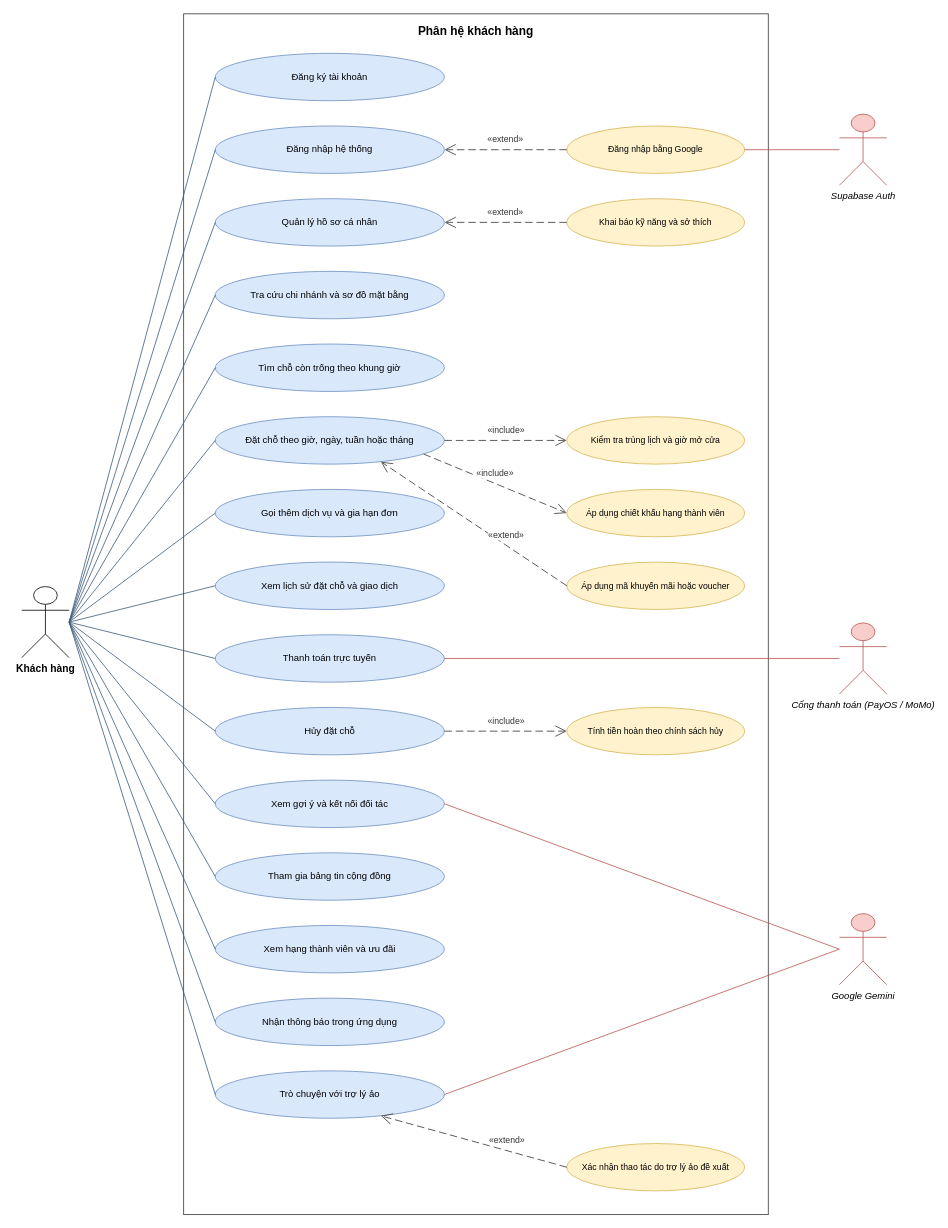
Before: page "Phân hệ khách hàng" (2 of 5) of report/Images/Chuong5/cospace-usecase.drawio in cospace-team/DATN_CoSpace, a draw.io diagram. Source tidied: cells renumbered, new cells numbered last; positions are measured from the earlier drawing's top-left corner, leaving out a move shared by most shapes. Both pictures are drawn from the tidied source at 79%, with x=0, y=0 at pixel (21, 13).
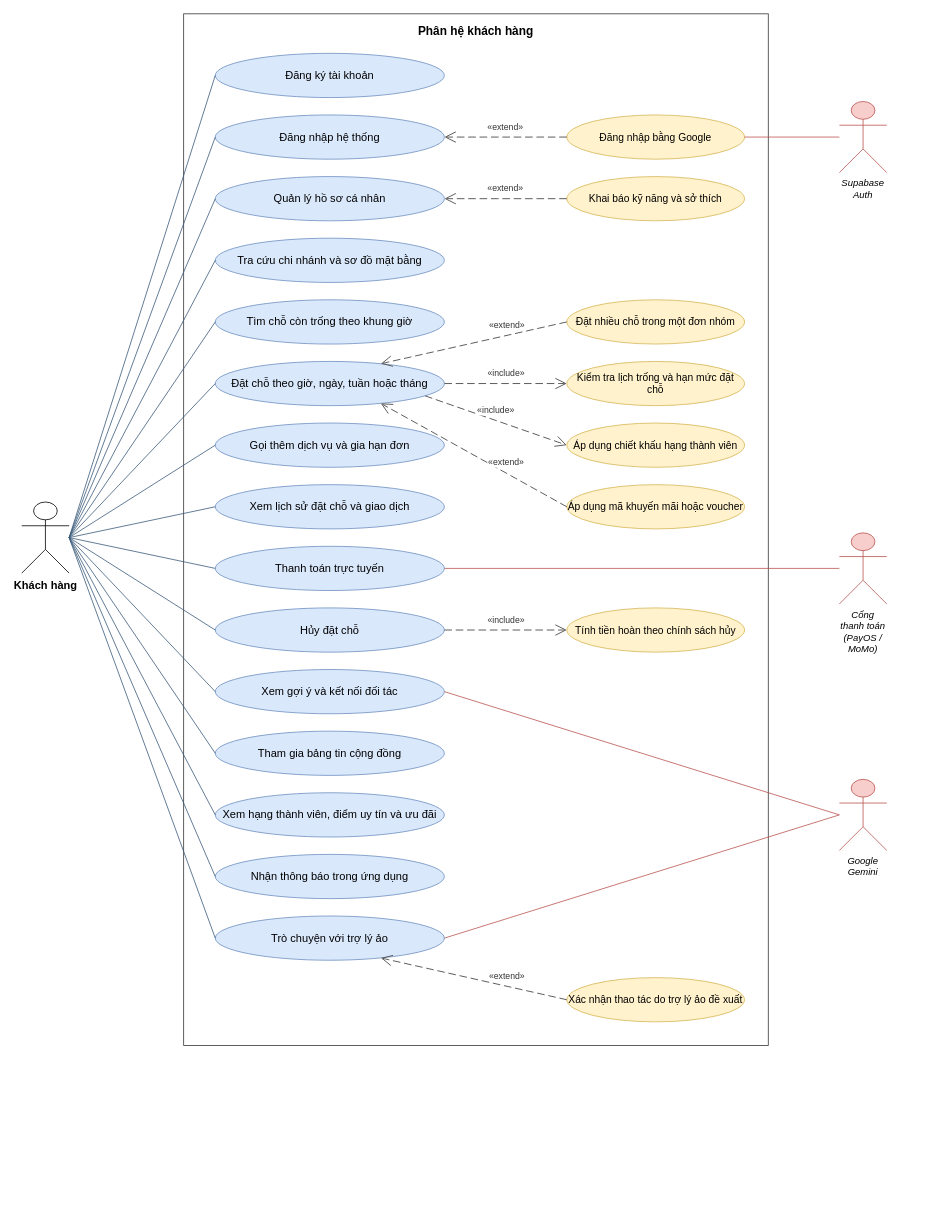
After the change.

The edit, as a diff of the source:
```diff
@@
     <mxCell id="2" value="Phân hệ khách hàng" style="rounded=0;whiteSpace=wrap;html=1;verticalAlign=top;fillColor=none;strokeColor=#333333;fontSize=15;fontStyle=1;spacingTop=6;" parent="1" vertex="1">
-      <mxGeometry x="205" width="740" height="1520" as="geometry" />
+      <mxGeometry x="205" width="740" height="1306" as="geometry" />
     </mxCell>
-    <mxCell id="3" value="Đăng ký tài khoản" style="ellipse;whiteSpace=wrap;html=1;fontSize=12;fillColor=#dae8fc;strokeColor=#6c8ebf;" parent="1" vertex="1">
-      <mxGeometry x="245" y="50" width="290" height="60" as="geometry" />
+    <mxCell id="3" value="Đăng ký tài khoản" style="ellipse;whiteSpace=wrap;html=1;fontSize=14;fillColor=#dae8fc;strokeColor=#6c8ebf;" parent="1" vertex="1">
+      <mxGeometry x="245" y="50" width="290" height="56" as="geometry" />
     </mxCell>
-    <mxCell id="4" value="Đăng nhập hệ thống" style="ellipse;whiteSpace=wrap;html=1;fontSize=12;fillColor=#dae8fc;strokeColor=#6c8ebf;" parent="1" vertex="1">
-      <mxGeometry x="245" y="142" width="290" height="60" as="geometry" />
+    <mxCell id="4" value="Đăng nhập hệ thống" style="ellipse;whiteSpace=wrap;html=1;fontSize=14;fillColor=#dae8fc;strokeColor=#6c8ebf;" parent="1" vertex="1">
+      <mxGeometry x="245" y="128" width="290" height="56" as="geometry" />
     </mxCell>
-    <mxCell id="5" value="Đăng nhập bằng Google" style="ellipse;whiteSpace=wrap;html=1;fontSize=11;fillColor=#fff2cc;strokeColor=#d6b656;" parent="1" vertex="1">
-      <mxGeometry x="690" y="142" width="225" height="60" as="geometry" />
+    <mxCell id="5" value="Đăng nhập bằng Google" style="ellipse;whiteSpace=wrap;html=1;fontSize=13;fillColor=#fff2cc;strokeColor=#d6b656;" parent="1" vertex="1">
+      <mxGeometry x="690" y="128" width="225" height="56" as="geometry" />
     </mxCell>
-    <mxCell id="6" value="Quản lý hồ sơ cá nhân" style="ellipse;whiteSpace=wrap;html=1;fontSize=12;fillColor=#dae8fc;strokeColor=#6c8ebf;" parent="1" vertex="1">
-      <mxGeometry x="245" y="234" width="290" height="60" as="geometry" />
+    <mxCell id="6" value="Quản lý hồ sơ cá nhân" style="ellipse;whiteSpace=wrap;html=1;fontSize=14;fillColor=#dae8fc;strokeColor=#6c8ebf;" parent="1" vertex="1">
+      <mxGeometry x="245" y="206" width="290" height="56" as="geometry" />
     </mxCell>
-    <mxCell id="7" value="Khai báo kỹ năng và sở thích" style="ellipse;whiteSpace=wrap;html=1;fontSize=11;fillColor=#fff2cc;strokeColor=#d6b656;" parent="1" vertex="1">
-      <mxGeometry x="690" y="234" width="225" height="60" as="geometry" />
+    <mxCell id="7" value="Khai báo kỹ năng và sở thích" style="ellipse;whiteSpace=wrap;html=1;fontSize=13;fillColor=#fff2cc;strokeColor=#d6b656;" parent="1" vertex="1">
+      <mxGeometry x="690" y="206" width="225" height="56" as="geometry" />
     </mxCell>
-    <mxCell id="8" value="Tra cứu chi nhánh và sơ đồ mặt bằng" style="ellipse;whiteSpace=wrap;html=1;fontSize=12;fillColor=#dae8fc;strokeColor=#6c8ebf;" parent="1" vertex="1">
-      <mxGeometry x="245" y="326" width="290" height="60" as="geometry" />
+    <mxCell id="8" value="Tra cứu chi nhánh và sơ đồ mặt bằng" style="ellipse;whiteSpace=wrap;html=1;fontSize=14;fillColor=#dae8fc;strokeColor=#6c8ebf;" parent="1" vertex="1">
+      <mxGeometry x="245" y="284" width="290" height="56" as="geometry" />
     </mxCell>
-    <mxCell id="9" value="Tìm chỗ còn trống theo khung giờ" style="ellipse;whiteSpace=wrap;html=1;fontSize=12;fillColor=#dae8fc;strokeColor=#6c8ebf;" parent="1" vertex="1">
-      <mxGeometry x="245" y="418" width="290" height="60" as="geometry" />
+    <mxCell id="9" value="Tìm chỗ còn trống theo khung giờ" style="ellipse;whiteSpace=wrap;html=1;fontSize=14;fillColor=#dae8fc;strokeColor=#6c8ebf;" parent="1" vertex="1">
+      <mxGeometry x="245" y="362" width="290" height="56" as="geometry" />
     </mxCell>
+    <mxCell id="55" value="Đặt nhiều chỗ trong một đơn nhóm" style="ellipse;whiteSpace=wrap;html=1;fontSize=13;fillColor=#fff2cc;strokeColor=#d6b656;" parent="1" vertex="1">
+      <mxGeometry x="690" y="362" width="225" height="56" as="geometry" />
+    </mxCell>
-    <mxCell id="10" value="Đặt chỗ theo giờ, ngày, tuần hoặc tháng" style="ellipse;whiteSpace=wrap;html=1;fontSize=12;fillColor=#dae8fc;strokeColor=#6c8ebf;" parent="1" vertex="1">
-      <mxGeometry x="245" y="510" width="290" height="60" as="geometry" />
+    <mxCell id="10" value="Đặt chỗ theo giờ, ngày, tuần hoặc tháng" style="ellipse;whiteSpace=wrap;html=1;fontSize=14;fillColor=#dae8fc;strokeColor=#6c8ebf;" parent="1" vertex="1">
+      <mxGeometry x="245" y="440" width="290" height="56" as="geometry" />
     </mxCell>
-    <mxCell id="11" value="Kiểm tra trùng lịch và giờ mở cửa" style="ellipse;whiteSpace=wrap;html=1;fontSize=11;fillColor=#fff2cc;strokeColor=#d6b656;" parent="1" vertex="1">
-      <mxGeometry x="690" y="510" width="225" height="60" as="geometry" />
+    <mxCell id="11" value="Kiểm tra lịch trống và hạn mức đặt chỗ" style="ellipse;whiteSpace=wrap;html=1;fontSize=13;fillColor=#fff2cc;strokeColor=#d6b656;" parent="1" vertex="1">
+      <mxGeometry x="690" y="440" width="225" height="56" as="geometry" />
     </mxCell>
-    <mxCell id="12" value="Gọi thêm dịch vụ và gia hạn đơn" style="ellipse;whiteSpace=wrap;html=1;fontSize=12;fillColor=#dae8fc;strokeColor=#6c8ebf;" parent="1" vertex="1">
-      <mxGeometry x="245" y="602" width="290" height="60" as="geometry" />
+    <mxCell id="12" value="Gọi thêm dịch vụ và gia hạn đơn" style="ellipse;whiteSpace=wrap;html=1;fontSize=14;fillColor=#dae8fc;strokeColor=#6c8ebf;" parent="1" vertex="1">
+      <mxGeometry x="245" y="518" width="290" height="56" as="geometry" />
     </mxCell>
-    <mxCell id="13" value="Áp dụng chiết khấu hạng thành viên" style="ellipse;whiteSpace=wrap;html=1;fontSize=11;fillColor=#fff2cc;strokeColor=#d6b656;" parent="1" vertex="1">
-      <mxGeometry x="690" y="602" width="225" height="60" as="geometry" />
+    <mxCell id="13" value="Áp dụng chiết khấu hạng thành viên" style="ellipse;whiteSpace=wrap;html=1;fontSize=13;fillColor=#fff2cc;strokeColor=#d6b656;" parent="1" vertex="1">
+      <mxGeometry x="690" y="518" width="225" height="56" as="geometry" />
     </mxCell>
-    <mxCell id="14" value="Xem lịch sử đặt chỗ và giao dịch" style="ellipse;whiteSpace=wrap;html=1;fontSize=12;fillColor=#dae8fc;strokeColor=#6c8ebf;" parent="1" vertex="1">
-      <mxGeometry x="245" y="694" width="290" height="60" as="geometry" />
+    <mxCell id="14" value="Xem lịch sử đặt chỗ và giao dịch" style="ellipse;whiteSpace=wrap;html=1;fontSize=14;fillColor=#dae8fc;strokeColor=#6c8ebf;" parent="1" vertex="1">
+      <mxGeometry x="245" y="596" width="290" height="56" as="geometry" />
     </mxCell>
-    <mxCell id="15" value="Áp dụng mã khuyến mãi hoặc voucher" style="ellipse;whiteSpace=wrap;html=1;fontSize=11;fillColor=#fff2cc;strokeColor=#d6b656;" parent="1" vertex="1">
-      <mxGeometry x="690" y="694" width="225" height="60" as="geometry" />
+    <mxCell id="15" value="Áp dụng mã khuyến mãi hoặc voucher" style="ellipse;whiteSpace=wrap;html=1;fontSize=13;fillColor=#fff2cc;strokeColor=#d6b656;" parent="1" vertex="1">
+      <mxGeometry x="690" y="596" width="225" height="56" as="geometry" />
     </mxCell>
-    <mxCell id="16" value="Thanh toán trực tuyến" style="ellipse;whiteSpace=wrap;html=1;fontSize=12;fillColor=#dae8fc;strokeColor=#6c8ebf;" parent="1" vertex="1">
-      <mxGeometry x="245" y="786" width="290" height="60" as="geometry" />
+    <mxCell id="16" value="Thanh toán trực tuyến" style="ellipse;whiteSpace=wrap;html=1;fontSize=14;fillColor=#dae8fc;strokeColor=#6c8ebf;" parent="1" vertex="1">
+      <mxGeometry x="245" y="674" width="290" height="56" as="geometry" />
     </mxCell>
-    <mxCell id="17" value="Hủy đặt chỗ" style="ellipse;whiteSpace=wrap;html=1;fontSize=12;fillColor=#dae8fc;strokeColor=#6c8ebf;" parent="1" vertex="1">
-      <mxGeometry x="245" y="878" width="290" height="60" as="geometry" />
+    <mxCell id="17" value="Hủy đặt chỗ" style="ellipse;whiteSpace=wrap;html=1;fontSize=14;fillColor=#dae8fc;strokeColor=#6c8ebf;" parent="1" vertex="1">
+      <mxGeometry x="245" y="752" width="290" height="56" as="geometry" />
     </mxCell>
-    <mxCell id="18" value="Tính tiền hoàn theo chính sách hủy" style="ellipse;whiteSpace=wrap;html=1;fontSize=11;fillColor=#fff2cc;strokeColor=#d6b656;" parent="1" vertex="1">
-      <mxGeometry x="690" y="878" width="225" height="60" as="geometry" />
+    <mxCell id="18" value="Tính tiền hoàn theo chính sách hủy" style="ellipse;whiteSpace=wrap;html=1;fontSize=13;fillColor=#fff2cc;strokeColor=#d6b656;" parent="1" vertex="1">
+      <mxGeometry x="690" y="752" width="225" height="56" as="geometry" />
     </mxCell>
-    <mxCell id="19" value="Xem gợi ý và kết nối đối tác" style="ellipse;whiteSpace=wrap;html=1;fontSize=12;fillColor=#dae8fc;strokeColor=#6c8ebf;" parent="1" vertex="1">
-      <mxGeometry x="245" y="970" width="290" height="60" as="geometry" />
+    <mxCell id="19" value="Xem gợi ý và kết nối đối tác" style="ellipse;whiteSpace=wrap;html=1;fontSize=14;fillColor=#dae8fc;strokeColor=#6c8ebf;" parent="1" vertex="1">
+      <mxGeometry x="245" y="830" width="290" height="56" as="geometry" />
     </mxCell>
-    <mxCell id="20" value="Tham gia bảng tin cộng đồng" style="ellipse;whiteSpace=wrap;html=1;fontSize=12;fillColor=#dae8fc;strokeColor=#6c8ebf;" parent="1" vertex="1">
-      <mxGeometry x="245" y="1062" width="290" height="60" as="geometry" />
+    <mxCell id="20" value="Tham gia bảng tin cộng đồng" style="ellipse;whiteSpace=wrap;html=1;fontSize=14;fillColor=#dae8fc;strokeColor=#6c8ebf;" parent="1" vertex="1">
+      <mxGeometry x="245" y="908" width="290" height="56" as="geometry" />
     </mxCell>
-    <mxCell id="21" value="Xem hạng thành viên và ưu đãi" style="ellipse;whiteSpace=wrap;html=1;fontSize=12;fillColor=#dae8fc;strokeColor=#6c8ebf;" parent="1" vertex="1">
-      <mxGeometry x="245" y="1154" width="290" height="60" as="geometry" />
+    <mxCell id="21" value="Xem hạng thành viên, điểm uy tín và ưu đãi" style="ellipse;whiteSpace=wrap;html=1;fontSize=14;fillColor=#dae8fc;strokeColor=#6c8ebf;" parent="1" vertex="1">
+      <mxGeometry x="245" y="986" width="290" height="56" as="geometry" />
     </mxCell>
-    <mxCell id="22" value="Nhận thông báo trong ứng dụng" style="ellipse;whiteSpace=wrap;html=1;fontSize=12;fillColor=#dae8fc;strokeColor=#6c8ebf;" parent="1" vertex="1">
-      <mxGeometry x="245" y="1246" width="290" height="60" as="geometry" />
+    <mxCell id="22" value="Nhận thông báo trong ứng dụng" style="ellipse;whiteSpace=wrap;html=1;fontSize=14;fillColor=#dae8fc;strokeColor=#6c8ebf;" parent="1" vertex="1">
+      <mxGeometry x="245" y="1064" width="290" height="56" as="geometry" />
     </mxCell>
-    <mxCell id="23" value="Trò chuyện với trợ lý ảo" style="ellipse;whiteSpace=wrap;html=1;fontSize=12;fillColor=#dae8fc;strokeColor=#6c8ebf;" parent="1" vertex="1">
-      <mxGeometry x="245" y="1338" width="290" height="60" as="geometry" />
+    <mxCell id="23" value="Trò chuyện với trợ lý ảo" style="ellipse;whiteSpace=wrap;html=1;fontSize=14;fillColor=#dae8fc;strokeColor=#6c8ebf;" parent="1" vertex="1">
+      <mxGeometry x="245" y="1142" width="290" height="56" as="geometry" />
     </mxCell>
-    <mxCell id="24" value="Xác nhận thao tác do trợ lý ảo đề xuất" style="ellipse;whiteSpace=wrap;html=1;fontSize=11;fillColor=#fff2cc;strokeColor=#d6b656;" parent="1" vertex="1">
-      <mxGeometry x="690" y="1430" width="225" height="60" as="geometry" />
+    <mxCell id="24" value="Xác nhận thao tác do trợ lý ảo đề xuất" style="ellipse;whiteSpace=wrap;html=1;fontSize=13;fillColor=#fff2cc;strokeColor=#d6b656;" parent="1" vertex="1">
+      <mxGeometry x="690" y="1220" width="225" height="56" as="geometry" />
     </mxCell>
-    <mxCell id="25" value="Khách hàng" style="shape=umlActor;verticalLabelPosition=bottom;verticalAlign=top;html=1;outlineConnect=0;fontSize=13;fontStyle=1;" parent="1" vertex="1">
-      <mxGeometry y="725" width="60" height="90" as="geometry" />
+    <mxCell id="25" value="Khách hàng" style="shape=umlActor;verticalLabelPosition=bottom;verticalAlign=top;html=1;outlineConnect=0;fontSize=14;fontStyle=1;" parent="1" vertex="1">
+      <mxGeometry y="618" width="60" height="90" as="geometry" />
     </mxCell>
@@
-    <mxCell id="41" value="Supabase Auth" style="shape=umlActor;verticalLabelPosition=bottom;verticalAlign=top;html=1;outlineConnect=0;fontSize=12;fontStyle=2;strokeColor=#b85450;fillColor=#f8cecc;" parent="1" vertex="1">
-      <mxGeometry x="1035" y="127" width="60" height="90" as="geometry" />
+    <mxCell id="41" value="Supabase Auth" style="shape=umlActor;verticalLabelPosition=bottom;verticalAlign=top;html=1;outlineConnect=0;fontSize=12;fontStyle=2;strokeColor=#b85450;fillColor=#f8cecc;whiteSpace=wrap;" parent="1" vertex="1">
+      <mxGeometry x="1035" y="111" width="60" height="90" as="geometry" />
     </mxCell>
@@
-    <mxCell id="43" value="Cổng thanh toán (PayOS / MoMo)" style="shape=umlActor;verticalLabelPosition=bottom;verticalAlign=top;html=1;outlineConnect=0;fontSize=12;fontStyle=2;strokeColor=#b85450;fillColor=#f8cecc;" parent="1" vertex="1">
-      <mxGeometry x="1035" y="771" width="60" height="90" as="geometry" />
+    <mxCell id="43" value="Cổng thanh toán (PayOS / MoMo)" style="shape=umlActor;verticalLabelPosition=bottom;verticalAlign=top;html=1;outlineConnect=0;fontSize=12;fontStyle=2;strokeColor=#b85450;fillColor=#f8cecc;whiteSpace=wrap;" parent="1" vertex="1">
+      <mxGeometry x="1035" y="657" width="60" height="90" as="geometry" />
     </mxCell>
@@
-    <mxCell id="45" value="Google Gemini" style="shape=umlActor;verticalLabelPosition=bottom;verticalAlign=top;html=1;outlineConnect=0;fontSize=12;fontStyle=2;strokeColor=#b85450;fillColor=#f8cecc;" parent="1" vertex="1">
-      <mxGeometry x="1035" y="1139" width="60" height="90" as="geometry" />
+    <mxCell id="45" value="Google Gemini" style="shape=umlActor;verticalLabelPosition=bottom;verticalAlign=top;html=1;outlineConnect=0;fontSize=12;fontStyle=2;strokeColor=#b85450;fillColor=#f8cecc;whiteSpace=wrap;" parent="1" vertex="1">
+      <mxGeometry x="1035" y="969" width="60" height="90" as="geometry" />
     </mxCell>
@@
-    <mxCell id="50" value="«include»" style="endArrow=open;endFill=0;endSize=12;dashed=1;dashPattern=8 4;html=1;rounded=0;strokeColor=#555555;strokeWidth=1.2;fontSize=11;fontColor=#333333;labelBackgroundColor=#ffffff;exitX=1;exitY=0.5;exitDx=0;exitDy=0;entryX=0;entryY=0.5;entryDx=0;entryDy=0;" parent="1" edge="1" source="10" target="11">
-      <mxGeometry relative="1" as="geometry">
+    <mxCell id="50" value="«extend»" style="endArrow=open;endFill=0;endSize=12;dashed=1;dashPattern=8 4;html=1;rounded=0;strokeColor=#555555;strokeWidth=1.2;fontSize=11;fontColor=#333333;labelBackgroundColor=#ffffff;exitX=0;exitY=0.5;exitDx=0;exitDy=0;entryX=0.75;entryY=0;entryDx=0;entryDy=0;" parent="1" edge="1" source="55" target="10">
+      <mxGeometry x="-0.35" relative="1" as="geometry">
         <mxPoint y="-13" as="offset" />
       </mxGeometry>
     </mxCell>
-    <mxCell id="51" value="«include»" style="endArrow=open;endFill=0;endSize=12;dashed=1;dashPattern=8 4;html=1;rounded=0;strokeColor=#555555;strokeWidth=1.2;fontSize=11;fontColor=#333333;labelBackgroundColor=#ffffff;exitX=0.93;exitY=0.8;exitDx=0;exitDy=0;entryX=0;entryY=0.5;entryDx=0;entryDy=0;" parent="1" edge="1" source="10" target="13">
+    <mxCell id="51" value="«include»" style="endArrow=open;endFill=0;endSize=12;dashed=1;dashPattern=8 4;html=1;rounded=0;strokeColor=#555555;strokeWidth=1.2;fontSize=11;fontColor=#333333;labelBackgroundColor=#ffffff;exitX=1;exitY=0.5;exitDx=0;exitDy=0;entryX=0;entryY=0.5;entryDx=0;entryDy=0;" parent="1" edge="1" source="10" target="11">
       <mxGeometry relative="1" as="geometry">
         <mxPoint y="-13" as="offset" />
       </mxGeometry>
     </mxCell>
-    <mxCell id="52" value="«extend»" style="endArrow=open;endFill=0;endSize=12;dashed=1;dashPattern=8 4;html=1;rounded=0;strokeColor=#555555;strokeWidth=1.2;fontSize=11;fontColor=#333333;labelBackgroundColor=#ffffff;exitX=0;exitY=0.5;exitDx=0;exitDy=0;entryX=0.75;entryY=1;entryDx=0;entryDy=0;" parent="1" edge="1" source="15" target="10">
-      <mxGeometry x="-0.35" relative="1" as="geometry">
+    <mxCell id="52" value="«include»" style="endArrow=open;endFill=0;endSize=12;dashed=1;dashPattern=8 4;html=1;rounded=0;strokeColor=#555555;strokeWidth=1.2;fontSize=11;fontColor=#333333;labelBackgroundColor=#ffffff;exitX=0.93;exitY=0.8;exitDx=0;exitDy=0;entryX=0;entryY=0.5;entryDx=0;entryDy=0;" parent="1" edge="1" source="10" target="13">
+      <mxGeometry relative="1" as="geometry">
         <mxPoint y="-13" as="offset" />
       </mxGeometry>
     </mxCell>
-    <mxCell id="53" value="«include»" style="endArrow=open;endFill=0;endSize=12;dashed=1;dashPattern=8 4;html=1;rounded=0;strokeColor=#555555;strokeWidth=1.2;fontSize=11;fontColor=#333333;labelBackgroundColor=#ffffff;exitX=1;exitY=0.5;exitDx=0;exitDy=0;entryX=0;entryY=0.5;entryDx=0;entryDy=0;" parent="1" edge="1" source="17" target="18">
-      <mxGeometry relative="1" as="geometry">
+    <mxCell id="53" value="«extend»" style="endArrow=open;endFill=0;endSize=12;dashed=1;dashPattern=8 4;html=1;rounded=0;strokeColor=#555555;strokeWidth=1.2;fontSize=11;fontColor=#333333;labelBackgroundColor=#ffffff;exitX=0;exitY=0.5;exitDx=0;exitDy=0;entryX=0.75;entryY=1;entryDx=0;entryDy=0;" parent="1" edge="1" source="15" target="10">
+      <mxGeometry x="-0.35" relative="1" as="geometry">
         <mxPoint y="-13" as="offset" />
       </mxGeometry>
     </mxCell>
-    <mxCell id="54" value="«extend»" style="endArrow=open;endFill=0;endSize=12;dashed=1;dashPattern=8 4;html=1;rounded=0;strokeColor=#555555;strokeWidth=1.2;fontSize=11;fontColor=#333333;labelBackgroundColor=#ffffff;exitX=0;exitY=0.5;exitDx=0;exitDy=0;entryX=0.75;entryY=1;entryDx=0;entryDy=0;" parent="1" edge="1" source="24" target="23">
-      <mxGeometry x="-0.35" relative="1" as="geometry">
+    <mxCell id="54" value="«include»" style="endArrow=open;endFill=0;endSize=12;dashed=1;dashPattern=8 4;html=1;rounded=0;strokeColor=#555555;strokeWidth=1.2;fontSize=11;fontColor=#333333;labelBackgroundColor=#ffffff;exitX=1;exitY=0.5;exitDx=0;exitDy=0;entryX=0;entryY=0.5;entryDx=0;entryDy=0;" parent="1" edge="1" source="17" target="18">
+      <mxGeometry relative="1" as="geometry">
         <mxPoint y="-13" as="offset" />
       </mxGeometry>
     </mxCell>
+    <mxCell id="56" value="«extend»" style="endArrow=open;endFill=0;endSize=12;dashed=1;dashPattern=8 4;html=1;rounded=0;strokeColor=#555555;strokeWidth=1.2;fontSize=11;fontColor=#333333;labelBackgroundColor=#ffffff;exitX=0;exitY=0.5;exitDx=0;exitDy=0;entryX=0.75;entryY=1;entryDx=0;entryDy=0;" parent="1" edge="1" source="24" target="23">
+      <mxGeometry x="-0.35" relative="1" as="geometry">
+        <mxPoint y="-13" as="offset" />
+      </mxGeometry>
+    </mxCell>
```
